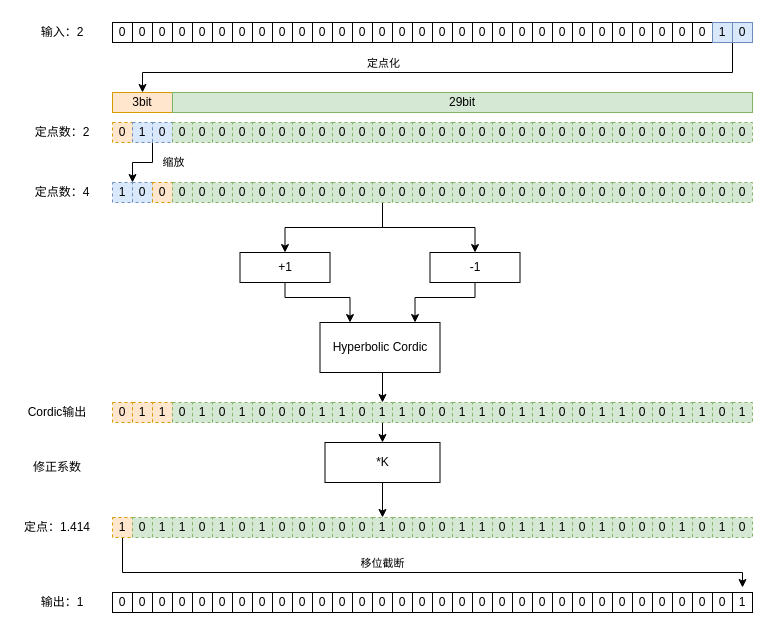
doee-hc/ucas_digital_ic_homework keeps this draw.io diagram as homework5/sqrt_u32/doc/Cordic_sqrt_structure.drawio. Above is the earlier version. Source tidied: cells renumbered, new cells numbered last; positions are measured from the earlier drawing's top-left corner, leaving out a move shared by most shapes. Both pictures are drawn from the tidied source at 100%, with x=0, y=0 at pixel (17, 17).
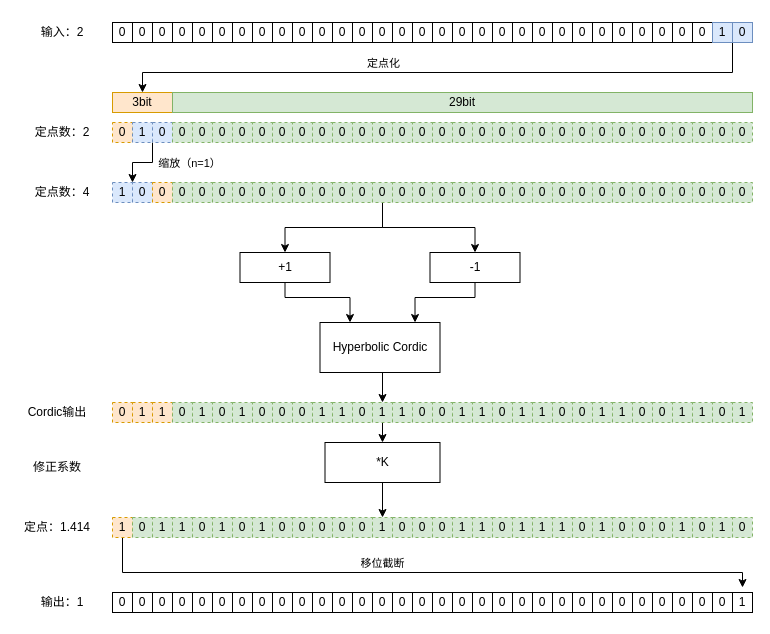
Above is the later version.

Unchanged cells that the change refers to:
```xml
<mxCell id="186" style="edgeStyle=orthogonalEdgeStyle;rounded=0;jettySize=auto;html=1;exitX=0;exitY=1;exitDx=0;exitDy=0;entryX=0;entryY=0;entryDx=0;entryDy=0;" parent="1" edge="1" source="188" target="39">
  <mxGeometry relative="1" as="geometry" />
</mxCell>
```

Diff of the diagram source:
```diff
@@
-    <mxCell id="187" value="缩放" style="edgeLabel;html=1;align=center;verticalAlign=middle;" parent="186" vertex="1">
+    <mxCell id="187" value="缩放（n=1）" style="edgeLabel;html=1;align=center;verticalAlign=middle;" parent="186" vertex="1">
       <mxGeometry x="-0.26" y="-1" relative="1" as="geometry">
-        <mxPoint x="22" as="offset" />
+        <mxPoint x="38" y="1" as="offset" />
       </mxGeometry>
     </mxCell>
```
